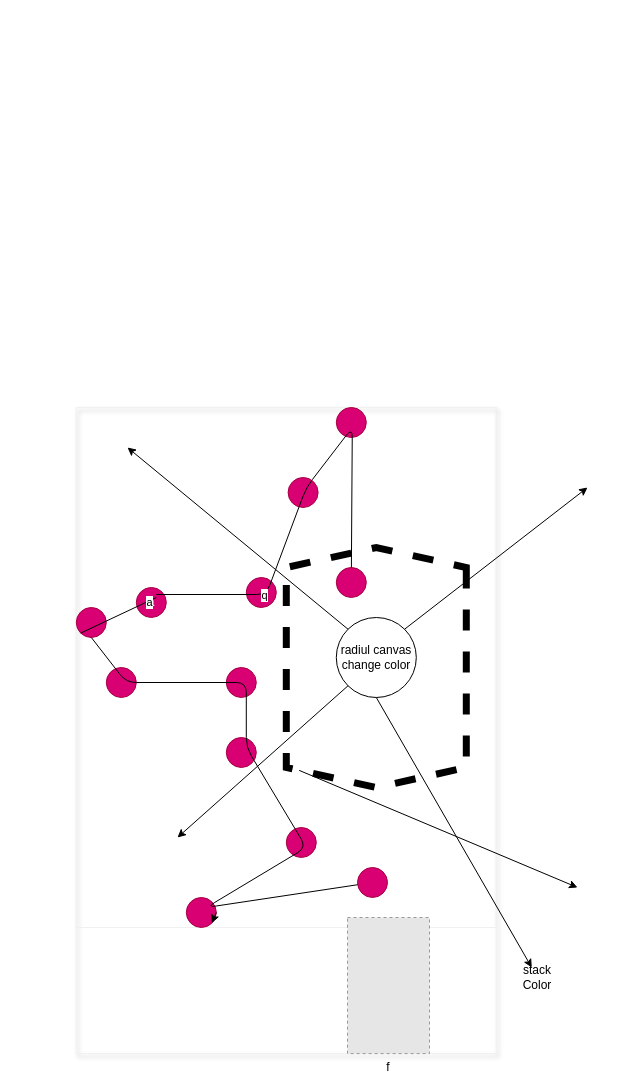
Above: lib/screens/on_play/sketch/player.drawio in yeasin50/space_craft (draw.io), before the change. Source tidied: cells renumbered, new cells numbered last; positions are measured from the earlier drawing's top-left corner, leaving out a move shared by most shapes. Both pictures are drawn from the tidied source at 100%, with x=0, y=0 at pixel (76, 407). Pictures stored in the file or linked from it are replaced by grey dashed boxes.
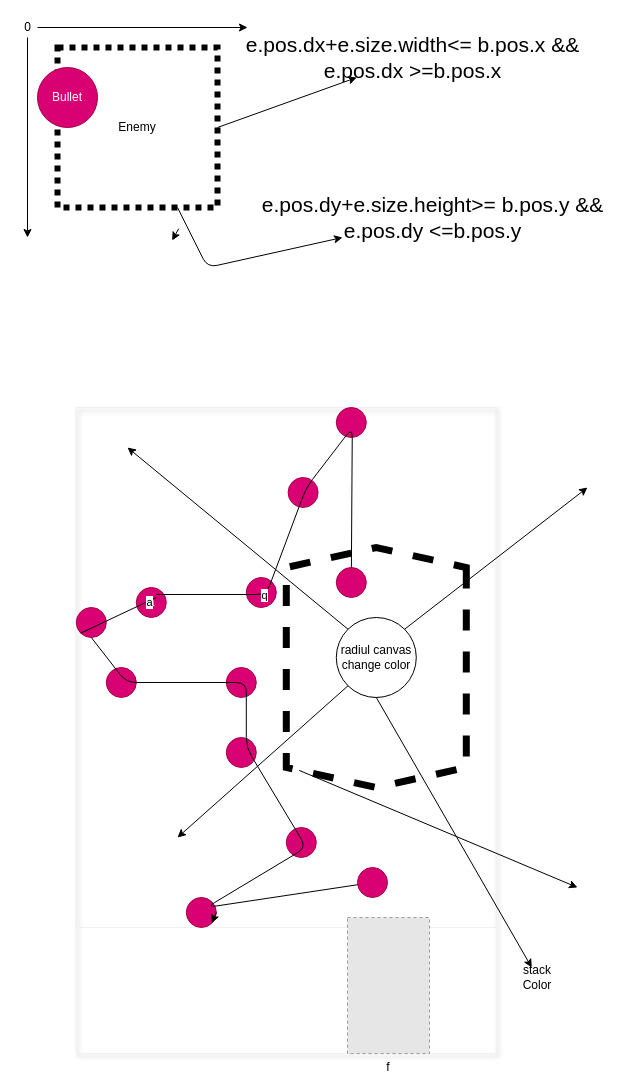
The same diagram, later.

Commit message:
added collid-concept

What changed in the source:
```diff
@@
+    <mxCell id="31" style="edgeStyle=none;html=1;exitX=1;exitY=0.5;exitDx=0;exitDy=0;" parent="1" edge="1" source="33" target="36">
+      <mxGeometry relative="1" as="geometry" />
+    </mxCell>
+    <mxCell id="32" style="edgeStyle=none;html=1;exitX=0.75;exitY=1;exitDx=0;exitDy=0;" parent="1" edge="1" source="33" target="37">
+      <mxGeometry relative="1" as="geometry">
+        <Array as="points">
+          <mxPoint x="131" y="-140" />
+        </Array>
+      </mxGeometry>
+    </mxCell>
+    <mxCell id="33" value="Enemy" style="whiteSpace=wrap;html=1;dashed=1;dashPattern=1 1;strokeWidth=6;fillColor=none;" parent="1" vertex="1">
+      <mxGeometry x="-19" y="-360" width="160" height="160" as="geometry" />
+    </mxCell>
+    <mxCell id="34" style="edgeStyle=none;html=1;exitX=1;exitY=1;exitDx=0;exitDy=0;entryX=0.745;entryY=1.049;entryDx=0;entryDy=0;entryPerimeter=0;" parent="1" edge="1">
+      <mxGeometry relative="1" as="geometry">
+        <mxPoint x="102.2" y="-178.8" as="sourcePoint" />
+        <mxPoint x="95.7" y="-167.1" as="targetPoint" />
+      </mxGeometry>
+    </mxCell>
+    <mxCell id="35" value="Bullet" style="ellipse;whiteSpace=wrap;html=1;fillColor=#d80073;strokeColor=#A50040;fontColor=#ffffff;" parent="1" vertex="1">
+      <mxGeometry x="-39" y="-340" width="60" height="60" as="geometry" />
+    </mxCell>
+    <mxCell id="36" value="&lt;font style=&quot;font-size: 21px&quot;&gt;e.pos.dx+e.size.width&amp;lt;= b.pos.x &amp;amp;&amp;amp;&lt;br&gt;e.pos.dx &amp;gt;=b.pos.x&lt;br&gt;&lt;/font&gt;" style="text;html=1;align=center;verticalAlign=middle;points=[];strokeColor=none;" parent="1" vertex="1">
+      <mxGeometry x="161" y="-370" width="350" height="40" as="geometry" />
+    </mxCell>
+    <mxCell id="37" value="&lt;font style=&quot;font-size: 21px&quot;&gt;e.pos.dy+e.size.height&amp;gt;= b.pos.y &amp;amp;&amp;amp;&lt;br&gt;e.pos.dy &amp;lt;=b.pos.y&lt;br&gt;&lt;/font&gt;" style="text;html=1;align=center;verticalAlign=middle;points=[];strokeColor=none;" parent="1" vertex="1">
+      <mxGeometry x="176" y="-210" width="360" height="40" as="geometry" />
+    </mxCell>
+    <mxCell id="38" style="edgeStyle=none;html=1;" parent="1" edge="1" source="40">
+      <mxGeometry relative="1" as="geometry">
+        <mxPoint x="-49" y="-170" as="targetPoint" />
+      </mxGeometry>
+    </mxCell>
+    <mxCell id="39" style="edgeStyle=none;html=1;" parent="1" edge="1" source="40">
+      <mxGeometry relative="1" as="geometry">
+        <mxPoint x="171" y="-380" as="targetPoint" />
+      </mxGeometry>
+    </mxCell>
+    <mxCell id="40" value="0" style="text;html=1;align=center;verticalAlign=middle;points=[];strokeColor=none;" parent="1" vertex="1">
+      <mxGeometry x="-59" y="-390" width="20" height="20" as="geometry" />
+    </mxCell>
```
